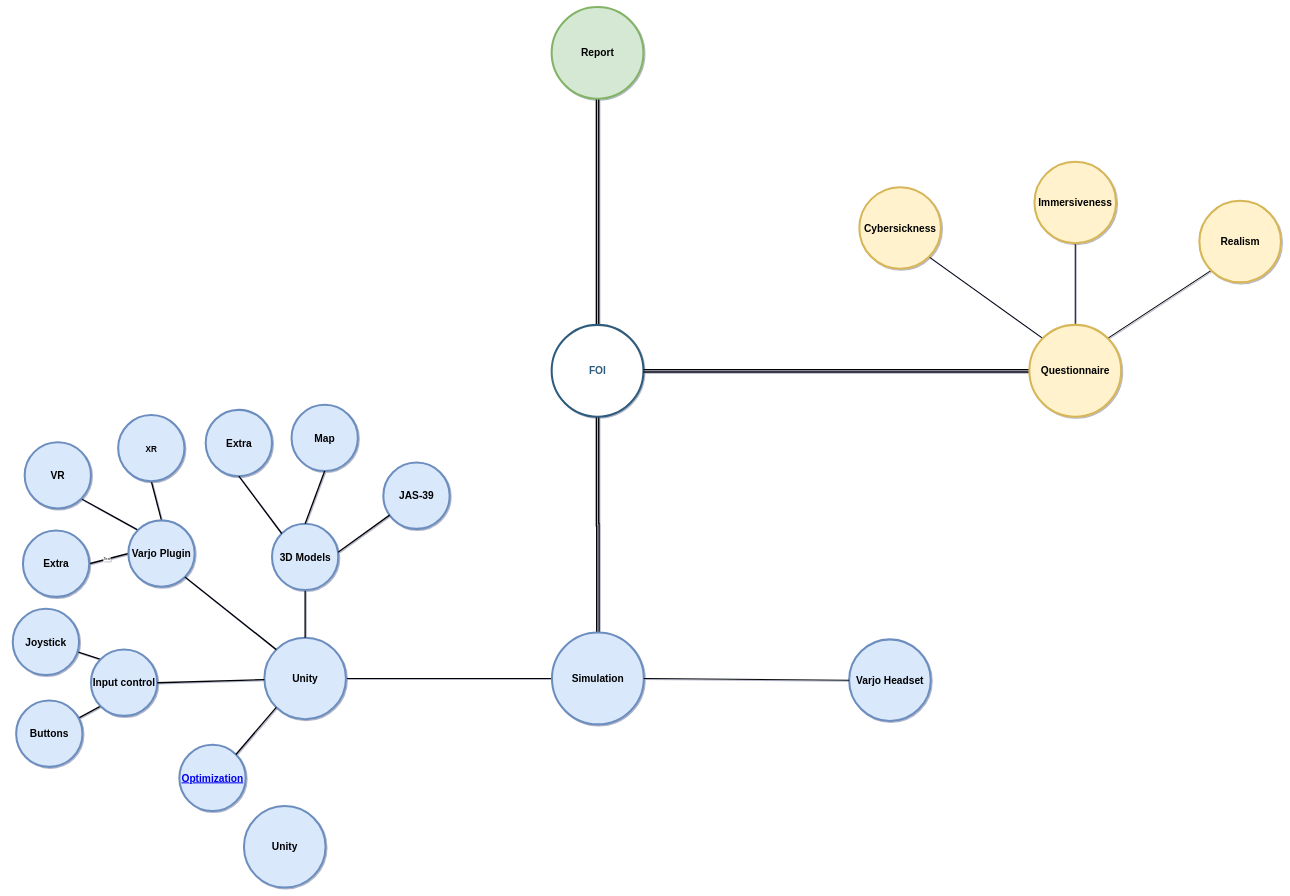
The draw.io diagram page "Planning" (1 of 2) of DrawIO/Untitled Diagram.drawio in RabaDabaDoba/FOI, before the edit. Source tidied: cells renumbered, new cells numbered last; positions are measured from the earlier drawing's top-left corner, leaving out a move shared by most shapes. Both pictures are drawn from the tidied source at 34%, with x=0, y=0 at pixel (6, 7).
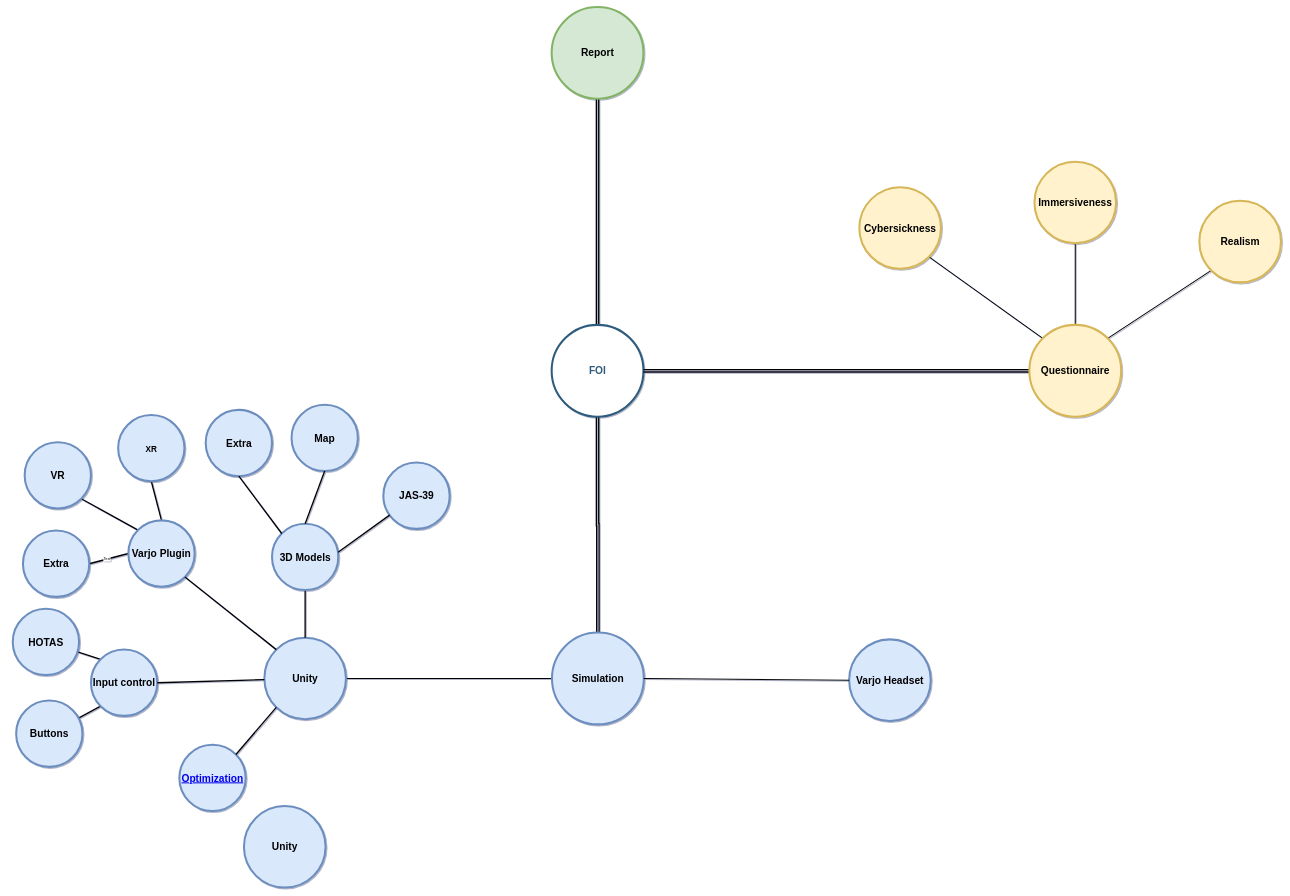
After the change.

Unchanged cells that the change refers to:
```xml
<mxCell id="14" style="group;" parent="11" vertex="1">
  <mxGeometry width="1015" height="1245" as="geometry" />
</mxCell>
```

Change to the diagram source:
```diff
@@
-    <mxCell id="37" value="Joystick" style="ellipse;whiteSpace=wrap;html=1;shadow=0;fontFamily=Helvetica;fontSize=30;align=center;strokeColor=#6c8ebf;strokeWidth=6;fillColor=#dae8fc;fontStyle=1;" parent="14" vertex="1">
+    <mxCell id="37" value="HOTAS" style="ellipse;whiteSpace=wrap;html=1;shadow=0;fontFamily=Helvetica;fontSize=30;align=center;strokeColor=#6c8ebf;strokeWidth=6;fillColor=#dae8fc;fontStyle=1;" parent="14" vertex="1">
       <mxGeometry x="20" y="630" width="195" height="195" as="geometry" />
     </mxCell>
```
